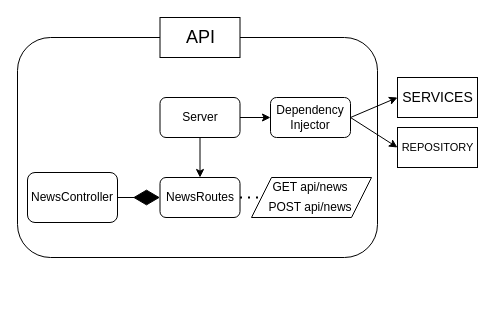
Before: img/API_diagram.drawio in carlCarlson6/CamillionCodeAssignment, a draw.io diagram. Source tidied: cells renumbered, new cells numbered last; positions are measured from the earlier drawing's top-left corner, leaving out a move shared by most shapes. Both pictures are drawn from the tidied source at 100%, with x=0, y=0 at pixel (17, 17).
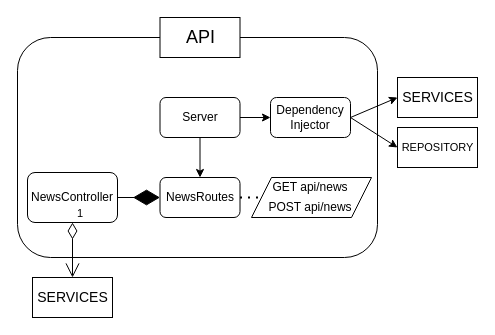
The same page after the edit.

The change refers to these unchanged cells:
```xml
<mxCell id="8" value="NewsController" style="rounded=1;whiteSpace=wrap;html=1;" parent="1" vertex="1">
  <mxGeometry x="10" y="155" width="90" height="50" as="geometry" />
</mxCell>
```

The edit, as a diff of the source:
```diff
@@
+    <mxCell id="19" value="1" style="endArrow=open;html=1;endSize=12;startArrow=diamondThin;startSize=14;startFill=0;edgeStyle=orthogonalEdgeStyle;align=left;verticalAlign=bottom;exitX=0.5;exitY=1;exitDx=0;exitDy=0;entryX=0.5;entryY=0;entryDx=0;entryDy=0;" parent="1" edge="1" source="8" target="20">
+      <mxGeometry x="-1" y="3" relative="1" as="geometry" />
+    </mxCell>
+    <mxCell id="20" value="&lt;font style=&quot;font-size: 14px&quot;&gt;SERVICES&lt;/font&gt;" style="html=1;" parent="1" vertex="1">
+      <mxGeometry x="15" y="260" width="80" height="40" as="geometry" />
+    </mxCell>
```
